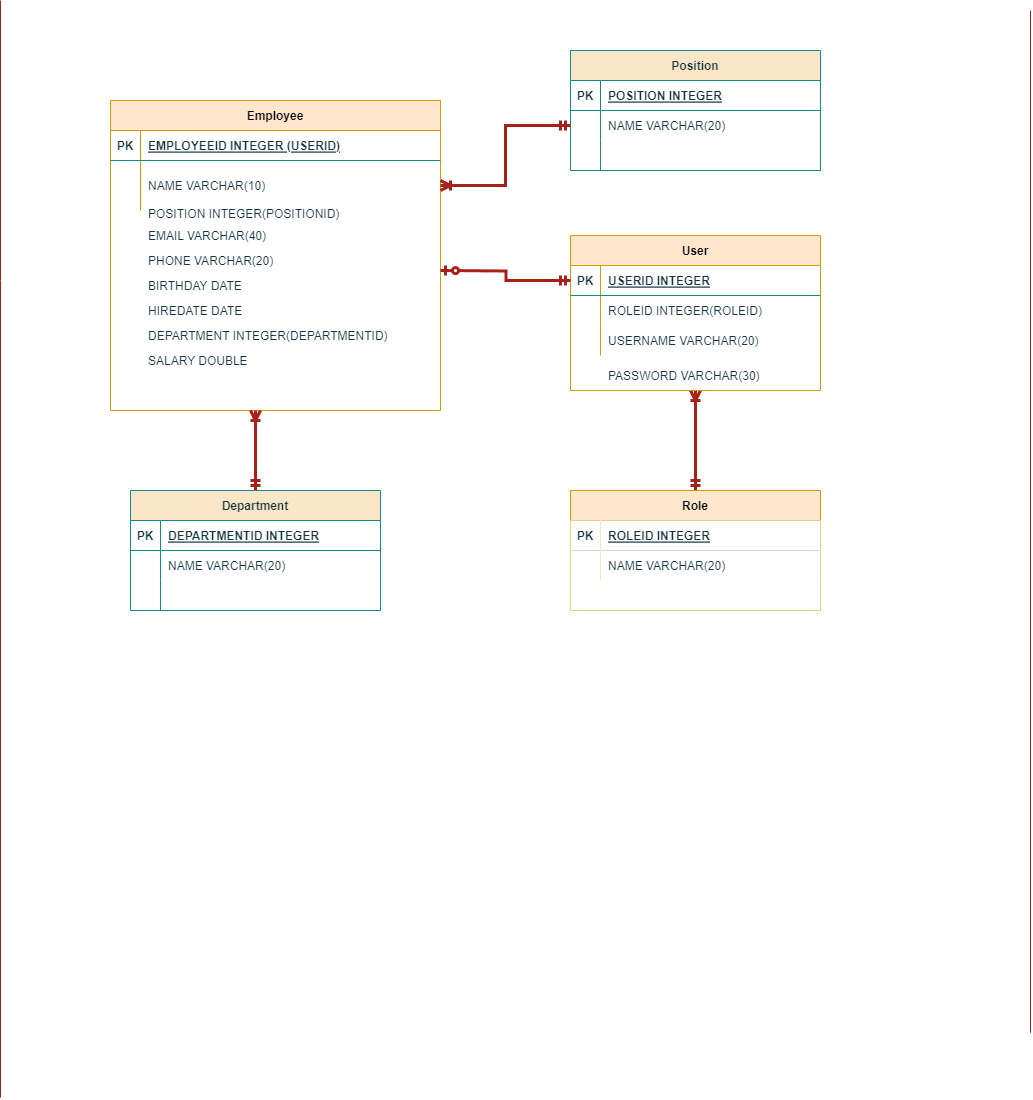
Earlier version of the draw.io export STAGE 3/Entity Relationship Diagram.png (bachokhachvani/EpamJava). Source tidied: cells renumbered, new cells last; positions are measured from the earlier drawing's top-left corner, leaving out a move shared by most shapes.
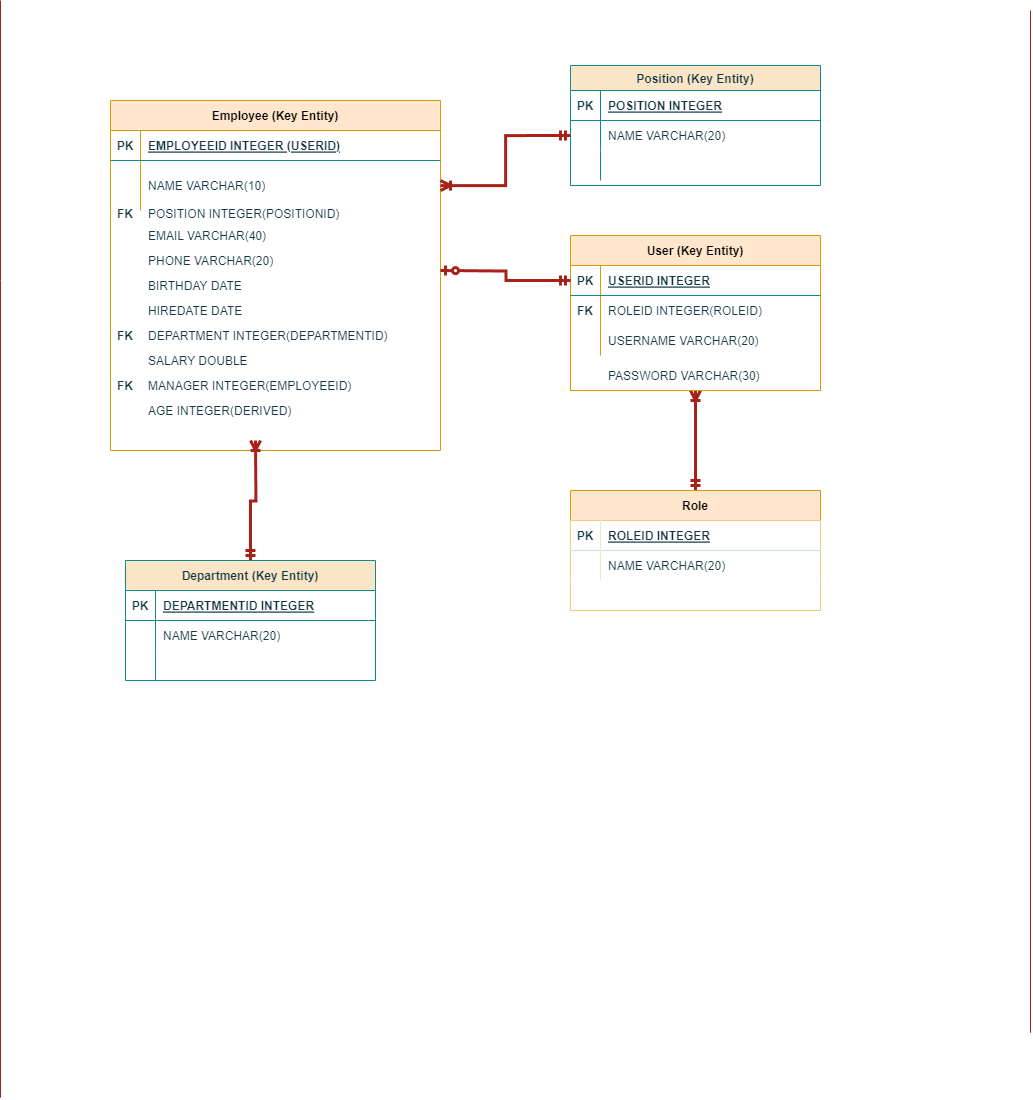
After the commit.

Commit message:
added derived Age attribute and foreign keys

Diff of the diagram source:
```diff
@@ -35,11 +35,11 @@
     <mxCell id="12" style="shape=partialRectangle;overflow=hidden;fillColor=none;top=0;left=0;bottom=0;right=0;align=left;spacingLeft=6;labelBackgroundColor=none;strokeColor=#0F8B8D;fontColor=#143642;" parent="10" vertex="1">
       <mxGeometry x="30" width="220" height="30" as="geometry" />
     </mxCell>
-    <mxCell id="13" value="Position" style="shape=table;startSize=30;rowLines=0;fontStyle=1;align=center;labelBackgroundColor=none;fillColor=#FAE5C7;strokeColor=#0F8B8D;fontColor=#143642;" parent="1" vertex="1">
-      <mxGeometry x="570" y="50" width="250" height="120" as="geometry" />
+    <mxCell id="13" value="Position (Key Entity)" style="shape=table;startSize=25;rowLines=0;fontStyle=1;align=center;labelBackgroundColor=none;fillColor=#FAE5C7;strokeColor=#0F8B8D;fontColor=#143642;" parent="1" vertex="1">
+      <mxGeometry x="570" y="65" width="250" height="120" as="geometry" />
     </mxCell>
     <mxCell id="14" style="shape=partialRectangle;fillColor=none;top=0;left=0;right=0;bottom=1;labelBackgroundColor=none;strokeColor=#0F8B8D;fontColor=#143642;" parent="13" vertex="1">
-      <mxGeometry y="30" width="250" height="30" as="geometry" />
+      <mxGeometry y="25" width="250" height="30" as="geometry" />
     </mxCell>
     <mxCell id="15" value="PK" style="shape=partialRectangle;overflow=hidden;fillColor=none;top=0;left=0;bottom=0;right=0;fontStyle=1;labelBackgroundColor=none;strokeColor=#0F8B8D;fontColor=#143642;" parent="14" vertex="1">
       <mxGeometry width="30" height="30" as="geometry" />
@@ -48,7 +48,7 @@
       <mxGeometry x="30" width="220" height="30" as="geometry" />
     </mxCell>
     <mxCell id="17" style="shape=partialRectangle;fillColor=none;points=[[0,0.5],[1,0.5]];portConstraint=eastwest;top=0;left=0;right=0;bottom=0;labelBackgroundColor=none;strokeColor=#0F8B8D;fontColor=#143642;" parent="13" vertex="1">
-      <mxGeometry y="60" width="250" height="30" as="geometry" />
+      <mxGeometry y="55" width="250" height="30" as="geometry" />
     </mxCell>
     <mxCell id="18" style="shape=partialRectangle;overflow=hidden;fillColor=none;top=0;left=0;bottom=0;right=0;labelBackgroundColor=none;strokeColor=#0F8B8D;fontColor=#143642;" parent="17" vertex="1">
       <mxGeometry width="30" height="30" as="geometry" />
@@ -57,7 +57,7 @@
       <mxGeometry x="30" width="220" height="30" as="geometry" />
     </mxCell>
     <mxCell id="20" style="shape=partialRectangle;fillColor=none;top=0;left=0;right=0;bottom=0;labelBackgroundColor=none;strokeColor=#0F8B8D;fontColor=#143642;" parent="13" vertex="1">
-      <mxGeometry y="90" width="250" height="30" as="geometry" />
+      <mxGeometry y="85" width="250" height="30" as="geometry" />
     </mxCell>
     <mxCell id="21" style="shape=partialRectangle;overflow=hidden;fillColor=none;top=0;left=0;bottom=0;right=0;labelBackgroundColor=none;strokeColor=#0F8B8D;fontColor=#143642;" parent="20" vertex="1">
       <mxGeometry width="30" height="30" as="geometry" />
@@ -65,8 +65,8 @@
     <mxCell id="22" style="shape=partialRectangle;overflow=hidden;fillColor=none;top=0;left=0;bottom=0;right=0;align=left;spacingLeft=6;labelBackgroundColor=none;strokeColor=#0F8B8D;fontColor=#143642;" parent="20" vertex="1">
       <mxGeometry x="30" width="220" height="30" as="geometry" />
     </mxCell>
-    <mxCell id="23" value="Employee" style="shape=table;startSize=30;rowLines=0;fontStyle=1;align=center;swimlaneLine=1;labelBackgroundColor=none;fillColor=#ffe6cc;strokeColor=#d79b00;" parent="1" vertex="1">
-      <mxGeometry x="110" y="100" width="330" height="310" as="geometry" />
+    <mxCell id="23" value="Employee (Key Entity)" style="shape=table;startSize=30;rowLines=0;fontStyle=1;align=center;swimlaneLine=1;labelBackgroundColor=none;fillColor=#ffe6cc;strokeColor=#d79b00;" parent="1" vertex="1">
+      <mxGeometry x="110" y="100" width="330" height="350" as="geometry" />
     </mxCell>
     <mxCell id="24" style="shape=partialRectangle;fillColor=none;top=0;left=0;right=0;bottom=1;labelBackgroundColor=none;strokeColor=#0F8B8D;fontColor=#143642;" parent="23" vertex="1">
       <mxGeometry y="30" width="330" height="30" as="geometry" />
@@ -86,7 +86,7 @@
     <mxCell id="29" value="NAME VARCHAR(10)" style="shape=partialRectangle;overflow=hidden;fillColor=none;top=0;left=0;bottom=0;right=0;align=left;spacingLeft=6;strokeColor=#0F8B8D;labelBackgroundColor=none;fontColor=#143642;" parent="27" vertex="1">
       <mxGeometry x="30" width="300" height="50" as="geometry" />
     </mxCell>
-    <mxCell id="30" value="User" style="shape=table;startSize=30;rowLines=0;fontStyle=1;align=center;labelBackgroundColor=none;fillColor=#ffe6cc;strokeColor=#d79b00;" parent="1" vertex="1">
+    <mxCell id="30" value="User (Key Entity)" style="shape=table;startSize=30;rowLines=0;fontStyle=1;align=center;labelBackgroundColor=none;fillColor=#ffe6cc;strokeColor=#d79b00;" parent="1" vertex="1">
       <mxGeometry x="570" y="235" width="250" height="155" as="geometry" />
     </mxCell>
     <mxCell id="31" style="shape=partialRectangle;fillColor=none;points=[[0,0.5],[1,0.5]];portConstraint=eastwest;top=0;left=0;right=0;bottom=1;labelBackgroundColor=none;strokeColor=#0F8B8D;fontColor=#143642;" parent="30" vertex="1">
@@ -118,11 +118,11 @@
     </mxCell>
     <mxCell id="40" style="edgeStyle=orthogonalEdgeStyle;rounded=0;jettySize=auto;html=1;strokeColor=#A8201A;fontColor=#143642;fillColor=#FAE5C7;strokeWidth=3;endArrow=ERoneToMany;endFill=0;startArrow=ERmandOne;startFill=0;" parent="1" edge="1" source="41">
       <mxGeometry relative="1" as="geometry">
-        <mxPoint x="255" y="410" as="targetPoint" />
+        <mxPoint x="255" y="440" as="targetPoint" />
       </mxGeometry>
     </mxCell>
-    <mxCell id="41" value="Department" style="shape=table;startSize=30;rowLines=0;fontStyle=1;align=center;labelBackgroundColor=none;fillColor=#FAE5C7;strokeColor=#0F8B8D;fontColor=#143642;" parent="1" vertex="1">
-      <mxGeometry x="130" y="490" width="250" height="120" as="geometry" />
+    <mxCell id="41" value="Department (Key Entity)" style="shape=table;startSize=30;rowLines=0;fontStyle=1;align=center;labelBackgroundColor=none;fillColor=#FAE5C7;strokeColor=#0F8B8D;fontColor=#143642;" parent="1" vertex="1">
+      <mxGeometry x="125" y="560" width="250" height="120" as="geometry" />
     </mxCell>
     <mxCell id="42" style="shape=partialRectangle;fillColor=none;top=0;left=0;right=0;bottom=1;labelBackgroundColor=none;strokeColor=#0F8B8D;fontColor=#143642;" parent="41" vertex="1">
       <mxGeometry y="30" width="250" height="30" as="geometry" />
@@ -198,5 +198,23 @@
         <mxPoint x="1030" y="10" as="targetPoint" />
       </mxGeometry>
     </mxCell>
+    <mxCell id="63" value="MANAGER INTEGER(EMPLOYEEID)" style="shape=partialRectangle;overflow=hidden;fillColor=none;top=0;left=0;bottom=0;right=0;align=left;spacingLeft=6;labelBackgroundColor=none;strokeColor=#0F8B8D;fontColor=#143642;" parent="1" vertex="1">
+      <mxGeometry x="140" y="360" width="220" height="50" as="geometry" />
+    </mxCell>
+    <mxCell id="64" value="AGE INTEGER(DERIVED)" style="shape=partialRectangle;overflow=hidden;fillColor=none;top=0;left=0;bottom=0;right=0;align=left;spacingLeft=6;labelBackgroundColor=none;strokeColor=#0F8B8D;fontColor=#143642;" parent="1" vertex="1">
+      <mxGeometry x="140" y="385" width="220" height="50" as="geometry" />
+    </mxCell>
+    <mxCell id="65" value="FK" style="shape=partialRectangle;overflow=hidden;fillColor=none;top=0;left=0;bottom=0;right=0;fontStyle=1;labelBackgroundColor=none;strokeColor=#0F8B8D;fontColor=#143642;" parent="1" vertex="1">
+      <mxGeometry x="110" y="370" width="30" height="30" as="geometry" />
+    </mxCell>
+    <mxCell id="66" value="FK" style="shape=partialRectangle;overflow=hidden;fillColor=none;top=0;left=0;bottom=0;right=0;fontStyle=1;labelBackgroundColor=none;strokeColor=#0F8B8D;fontColor=#143642;" parent="1" vertex="1">
+      <mxGeometry x="110" y="320" width="30" height="30" as="geometry" />
+    </mxCell>
+    <mxCell id="67" value="FK" style="shape=partialRectangle;overflow=hidden;fillColor=none;top=0;left=0;bottom=0;right=0;fontStyle=1;labelBackgroundColor=none;strokeColor=#0F8B8D;fontColor=#143642;" parent="1" vertex="1">
+      <mxGeometry x="110" y="197.5" width="30" height="30" as="geometry" />
+    </mxCell>
+    <mxCell id="68" value="FK" style="shape=partialRectangle;overflow=hidden;fillColor=none;top=0;left=0;bottom=0;right=0;fontStyle=1;labelBackgroundColor=none;strokeColor=#0F8B8D;fontColor=#143642;" parent="1" vertex="1">
+      <mxGeometry x="570" y="295" width="30" height="30" as="geometry" />
+    </mxCell>
   </root>
 </mxGraphModel>
```
